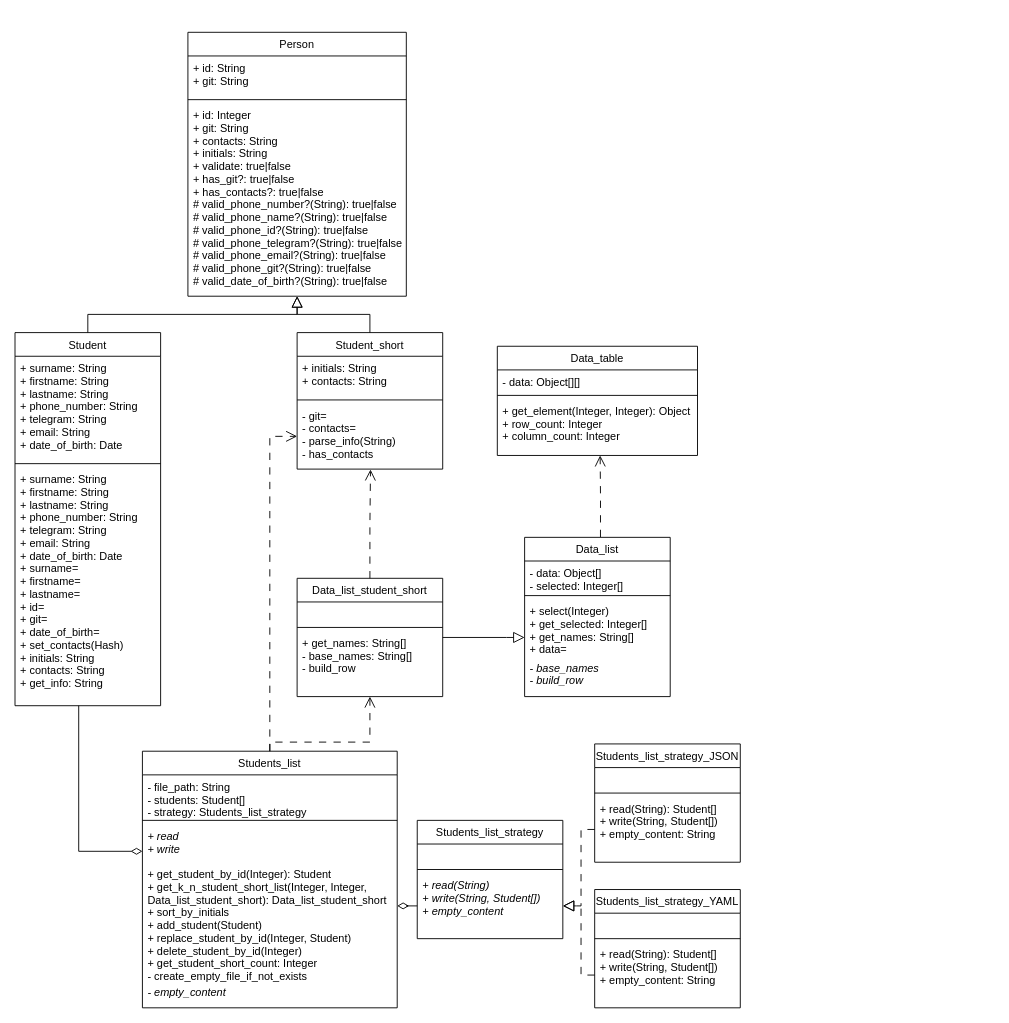
Before: Student/media/class_diagram.drawio in VavakinV/design-patterns, a draw.io diagram. Source tidied: cells renumbered, new cells numbered last; positions are measured from the earlier drawing's top-left corner, leaving out a move shared by most shapes. Both pictures are drawn from the tidied source at 91%, with x=0, y=0 at pixel (15, 32).
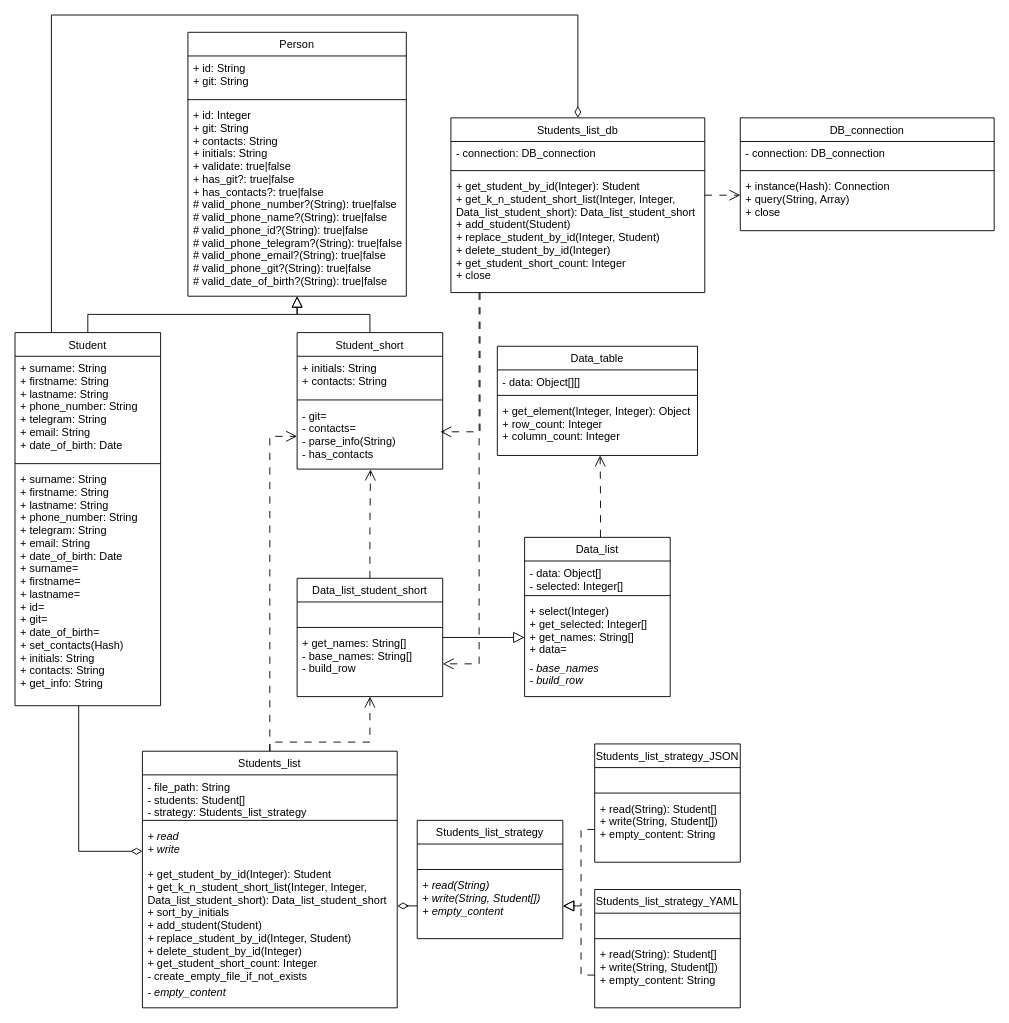
The same diagram, later.

Commit message (it also covers changes not shown here):
Лаб 4. Задание 3. Задача 12.

Обновлена диаграмма классов.

The change refers to these unchanged cells:
```xml
<mxCell id="6" value="Student" style="swimlane;fontStyle=0;align=center;verticalAlign=top;horizontal=1;startSize=26;rounded=0;shadow=0;strokeWidth=1;" parent="1" vertex="1">
  <mxGeometry y="330" width="160" height="410" as="geometry" />
</mxCell>
<mxCell id="14" value="- git=&#10;- contacts=&#10;- parse_info(String)&#10;- has_contacts&#10;" style="text;align=left;verticalAlign=top;spacingLeft=4;spacingRight=4;overflow=hidden;points=[[0,0.5],[1,0.5]];portConstraint=eastwest;" parent="11" vertex="1">
  <mxGeometry y="78" width="160" height="72" as="geometry" />
</mxCell>
<mxCell id="20" value="+ get_names: String[]&#10;- base_names: String[]&#10;- build_row &#10;" style="text;align=left;verticalAlign=top;spacingLeft=4;spacingRight=4;overflow=hidden;points=[[0,0.5],[1,0.5]];portConstraint=eastwest;" parent="17" vertex="1">
  <mxGeometry y="58" width="160" height="72" as="geometry" />
</mxCell>
```

What changed in the source:
```diff
@@
+    <mxCell id="56" style="edgeStyle=orthogonalEdgeStyle;rounded=0;jettySize=auto;html=1;entryX=1;entryY=0.5;entryDx=0;entryDy=0;endSize=10;dashed=1;dashPattern=8 8;endArrow=open;endFill=0;" parent="1" edge="1" source="57" target="20">
+      <mxGeometry relative="1" as="geometry">
+        <Array as="points">
+          <mxPoint x="510" y="694" />
+        </Array>
+      </mxGeometry>
+    </mxCell>
+    <mxCell id="57" value="Students_list_db" style="swimlane;fontStyle=0;align=center;verticalAlign=top;horizontal=1;startSize=26;rounded=0;shadow=0;strokeWidth=1;" parent="1" vertex="1">
+      <mxGeometry x="479" y="94" width="279" height="192" as="geometry" />
+    </mxCell>
+    <mxCell id="58" value="- connection: DB_connection" style="text;align=left;verticalAlign=top;spacingLeft=4;spacingRight=4;overflow=hidden;" parent="57" vertex="1">
+      <mxGeometry y="26" width="279" height="28" as="geometry" />
+    </mxCell>
+    <mxCell id="59" style="line;html=1;strokeWidth=1;align=left;verticalAlign=middle;spacingTop=-1;spacingLeft=3;spacingRight=3;labelPosition=right;" parent="57" vertex="1">
+      <mxGeometry y="54" width="279" height="8" as="geometry" />
+    </mxCell>
+    <mxCell id="60" value="+ get_student_by_id(Integer): Student&#10;+ get_k_n_student_short_list(Integer, Integer, &#10;Data_list_student_short): Data_list_student_short&#10;+ add_student(Student)&#10;+ replace_student_by_id(Integer, Student)&#10;+ delete_student_by_id(Integer)&#10;+ get_student_short_count: Integer&#10;+ close&#10;&#10;" style="text;align=left;verticalAlign=top;spacingLeft=4;spacingRight=4;overflow=hidden;fontSize=12;" parent="57" vertex="1">
+      <mxGeometry y="62" width="279" height="130" as="geometry" />
+    </mxCell>
+    <mxCell id="61" style="edgeStyle=orthogonalEdgeStyle;rounded=0;jettySize=auto;html=1;endArrow=none;endFill=0;endSize=6;startArrow=diamondThin;startFill=0;startSize=10;entryX=0.25;entryY=0;entryDx=0;entryDy=0;exitX=0.5;exitY=0;exitDx=0;exitDy=0;" parent="1" edge="1" source="57" target="6">
+      <mxGeometry relative="1" as="geometry">
+        <Array as="points">
+          <mxPoint x="619" y="-19" />
+          <mxPoint x="40" y="-19" />
+        </Array>
+      </mxGeometry>
+    </mxCell>
+    <mxCell id="62" style="edgeStyle=orthogonalEdgeStyle;rounded=0;jettySize=auto;html=1;endSize=10;dashed=1;dashPattern=8 8;endArrow=open;endFill=0;entryX=0.984;entryY=0.431;entryDx=0;entryDy=0;entryPerimeter=0;" parent="1" edge="1" source="57" target="14">
+      <mxGeometry relative="1" as="geometry">
+        <Array as="points">
+          <mxPoint x="511" y="439" />
+        </Array>
+      </mxGeometry>
+    </mxCell>
+    <mxCell id="63" value="DB_connection" style="swimlane;fontStyle=0;align=center;verticalAlign=top;horizontal=1;startSize=26;rounded=0;shadow=0;strokeWidth=1;" parent="1" vertex="1">
+      <mxGeometry x="797" y="94" width="279" height="124" as="geometry" />
+    </mxCell>
+    <mxCell id="64" value="- connection: DB_connection" style="text;align=left;verticalAlign=top;spacingLeft=4;spacingRight=4;overflow=hidden;" parent="63" vertex="1">
+      <mxGeometry y="26" width="279" height="28" as="geometry" />
+    </mxCell>
+    <mxCell id="65" style="line;html=1;strokeWidth=1;align=left;verticalAlign=middle;spacingTop=-1;spacingLeft=3;spacingRight=3;labelPosition=right;" parent="63" vertex="1">
+      <mxGeometry y="54" width="279" height="8" as="geometry" />
+    </mxCell>
+    <mxCell id="66" value="+ instance(Hash): Connection&#10;+ query(String, Array)&#10;+ close&#10;" style="text;align=left;verticalAlign=top;spacingLeft=4;spacingRight=4;overflow=hidden;points=[[0,0.5],[1,0.5]];portConstraint=eastwest;fontSize=12;" parent="63" vertex="1">
+      <mxGeometry y="62" width="279" height="62" as="geometry" />
+    </mxCell>
+    <mxCell id="67" style="edgeStyle=orthogonalEdgeStyle;rounded=0;jettySize=auto;html=1;entryX=0;entryY=0.371;entryDx=0;entryDy=0;entryPerimeter=0;endSize=10;endArrow=open;endFill=0;dashed=1;dashPattern=8 8;" parent="1" edge="1" source="57" target="66">
+      <mxGeometry relative="1" as="geometry">
+        <Array as="points">
+          <mxPoint x="768" y="179" />
+          <mxPoint x="768" y="179" />
+        </Array>
+      </mxGeometry>
+    </mxCell>
```
